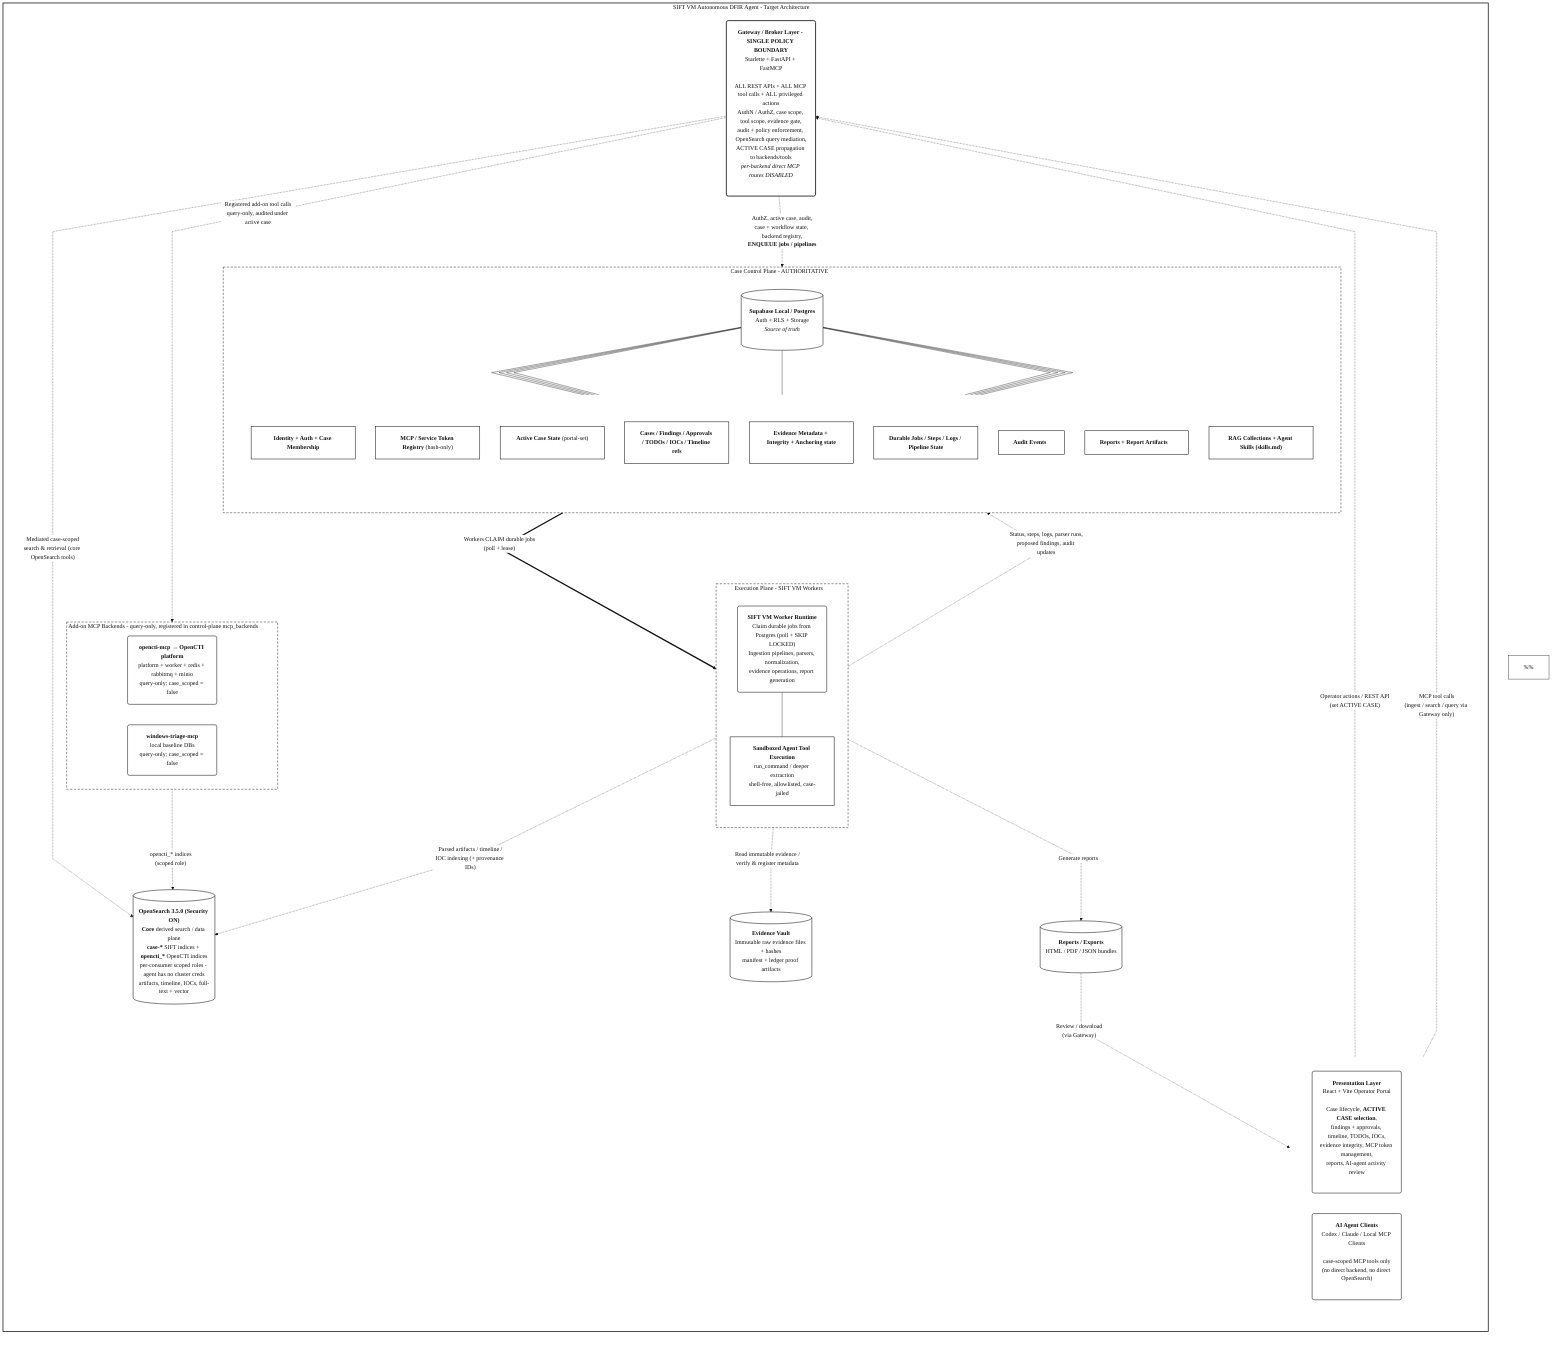
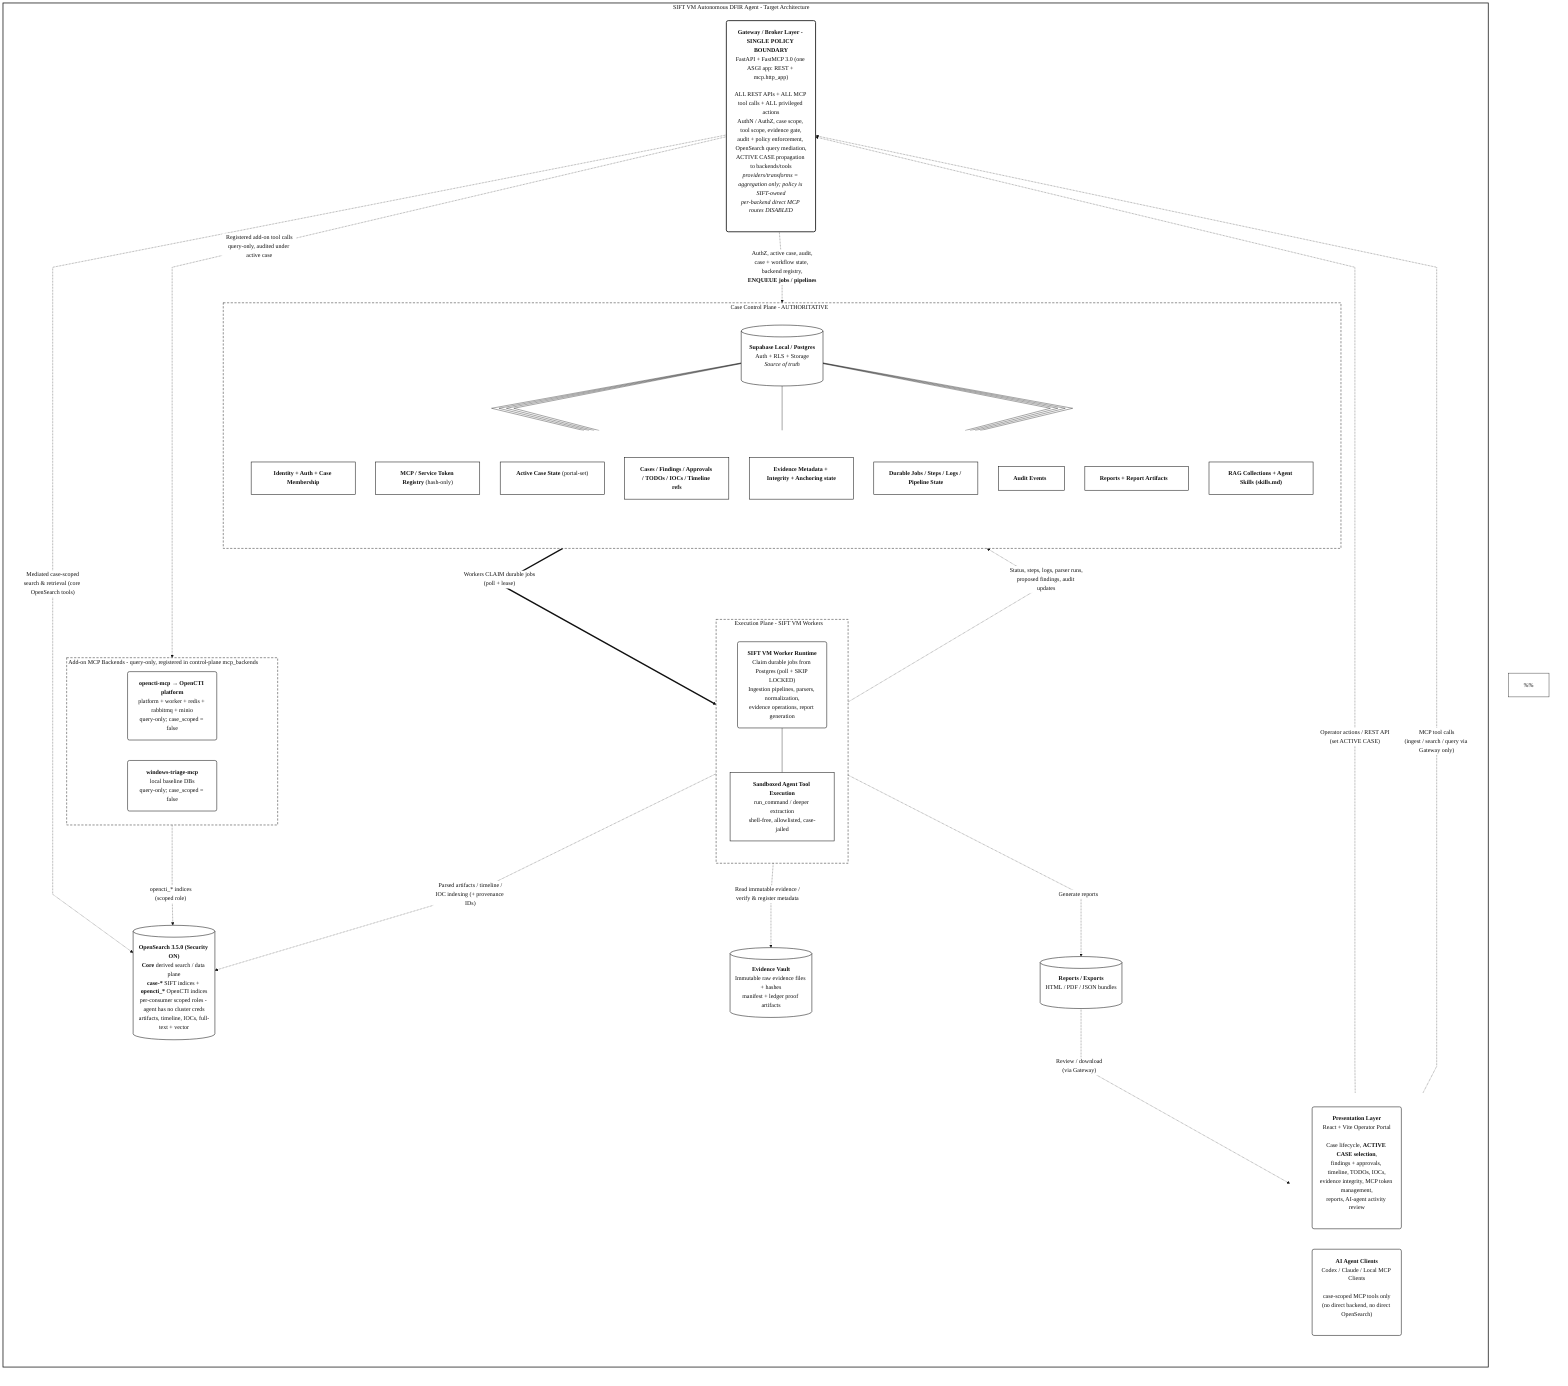
%%{init: {
  "theme": "base",
  "themeVariables": {
    "fontFamily": "Arial, Helvetica, sans-serif",
    "primaryColor": "#ffffff",
    "primaryTextColor": "#111111",
    "primaryBorderColor": "#111111",
    "lineColor": "#111111",
    "clusterBkg": "#ffffff",
    "clusterBorder": "#111111",
    "edgeLabelBackground": "#ffffff"
  },
  "flowchart": {
    "curve": "linear",
    "htmlLabels": true,
    "nodeSpacing": 55,
    "rankSpacing": 70,
    "padding": 20
  }
}}%%

flowchart TB

  %% =========================================================
  %% SIFT VM Autonomous DFIR Agent - TARGET migration architecture.
  %%
  %% Canonical decisions reflected in this diagram (see
  %% 00_migration_charter.md "Confirmed Decisions (Locked)"):
  %%  - The Gateway is the SINGLE policy boundary. ALL REST APIs,
  %%    ALL MCP tool calls, and ALL privileged actions go through it.
  %%    Per-backend direct MCP routes (/mcp/{name}) are DISABLED.
  %%  - Supabase/Postgres is the authoritative control plane.
  %%  - There is NEVER a direct job/invoke to the Evidence Vault.
  %%    Tool calls (ingest/search/etc.) enter the Gateway, which
  %%    enqueues durable jobs/pipelines in the control plane; workers
  %%    CLAIM (poll + SKIP LOCKED) those jobs and run the pipelines.
  %%  - ACTIVE CASE is selected by the operator in the portal only,
  %%    is authoritative in the control plane, and the Gateway
  %%    propagates it to every backend/API/tool call.
  %%  - OpenSearch 3.5.0 with security ENABLED is the derived
  %%    search/data plane. It is never authoritative.
  %%  - AI agents reach tools ONLY through Gateway MCP tools and run
  %%    deeper analysis in a sandboxed, allowlisted execution plane.
  %% Note: Mermaid auto-layout is not pixel-perfect.
  %% =========================================================

  subgraph SYSTEM["SIFT VM Autonomous DFIR Agent - Target Architecture"]
    direction TB

    %% -------------------------
    %% Clients
    %% -------------------------
    subgraph CLIENTS[" "]
      direction LR

      Portal("<b>Presentation Layer</b><br/>React + Vite Operator Portal<br/><br/>Case lifecycle, <b>ACTIVE CASE selection</b>,<br/>findings + approvals, timeline, TODOs, IOCs,<br/>evidence integrity, MCP token management,<br/>reports, AI-agent activity review")

      Agents("<b>AI Agent Clients</b><br/>Codex / Claude / Local MCP Clients<br/><br/>case-scoped MCP tools only<br/>(no direct backend, no direct OpenSearch)")
    end

    %% -------------------------
    %% Gateway - single policy boundary
    %% -------------------------
-     Gateway("<b>Gateway / Broker Layer - SINGLE POLICY BOUNDARY</b><br/>Starlette + FastAPI + FastMCP<br/><br/>ALL REST APIs + ALL MCP tool calls + ALL privileged actions<br/>AuthN / AuthZ, case scope, tool scope, evidence gate,<br/>audit + policy enforcement, OpenSearch query mediation,<br/>ACTIVE CASE propagation to backends/tools<br/><i>per-backend direct MCP routes DISABLED</i>")
+     Gateway("<b>Gateway / Broker Layer - SINGLE POLICY BOUNDARY</b><br/>FastAPI + FastMCP 3.0 (one ASGI app: REST + mcp.http_app)<br/><br/>ALL REST APIs + ALL MCP tool calls + ALL privileged actions<br/>AuthN / AuthZ, case scope, tool scope, evidence gate,<br/>audit + policy enforcement, OpenSearch query mediation,<br/>ACTIVE CASE propagation to backends/tools<br/><i>providers/transforms = aggregation only; policy is SIFT-owned</i><br/><i>per-backend direct MCP routes DISABLED</i>")

    %% -------------------------
    %% Control plane (authoritative)
    %% -------------------------
    subgraph CONTROL["Case Control Plane - AUTHORITATIVE"]
      direction TB

      Supabase[("<b>Supabase Local / Postgres</b><br/>Auth + RLS + Storage<br/><i>Source of truth</i>")]

      subgraph CP_BOXES[" "]
        direction TB
        B1["<b>Identity + Auth + Case Membership</b>"]
        B2["<b>MCP / Service Token Registry</b> (hash-only)"]
        B3["<b>Active Case State</b> (portal-set)"]
        B4["<b>Cases / Findings / Approvals / TODOs / IOCs / Timeline refs</b>"]
        B5["<b>Evidence Metadata + Integrity + Anchoring state</b>"]
        B6["<b>Durable Jobs / Steps / Logs / Pipeline State</b>"]
        B7["<b>Audit Events</b>"]
        B8["<b>Reports + Report Artifacts</b>"]
        B9["<b>RAG Collections + Agent Skills (skills.md)</b>"]
      end

      Supabase --- B1
      Supabase --- B2
      Supabase --- B3
      Supabase --- B4
      Supabase --- B5
      Supabase --- B6
      Supabase --- B7
      Supabase --- B8
      Supabase --- B9
    end

    %% -------------------------
    %% Data plane + Evidence vault
    %% -------------------------
    OpenSearch[("<b>OpenSearch 3.5.0 (Security ON)</b><br/><b>Core</b> derived search / data plane<br/><b>case-*</b> SIFT indices + <b>opencti_*</b> OpenCTI indices<br/>per-consumer scoped roles - agent has no cluster creds<br/>artifacts, timeline, IOCs, full-text + vector")]

    Evidence[("<b>Evidence Vault</b><br/>Immutable raw evidence files + hashes<br/>manifest + ledger proof artifacts")]

    %% -------------------------
    %% Execution plane
    %% -------------------------
    subgraph EXECUTION["Execution Plane - SIFT VM Workers"]
      direction TB

      Worker("<b>SIFT VM Worker Runtime</b><br/>Claim durable jobs from Postgres (poll + SKIP LOCKED)<br/>Ingestion pipelines, parsers, normalization,<br/>evidence operations, report generation")

      Sandbox["<b>Sandboxed Agent Tool Execution</b><br/>run_command / deeper extraction<br/>shell-free, allowlisted, case-jailed"]

      Worker --- Sandbox
    end

    Reports[("<b>Reports / Exports</b><br/>HTML / PDF / JSON bundles")]

    %% -------------------------
    %% Add-on MCP backends (registered in control-plane mcp_backends;
    %% reached ONLY through the Gateway aggregate policy path)
    %% -------------------------
    subgraph ADDONS["Add-on MCP Backends - query-only, registered in control-plane mcp_backends"]
      direction LR
      OpenCTI("<b>opencti-mcp</b> &rarr; <b>OpenCTI platform</b><br/>platform + worker + redis + rabbitmq + minio<br/>query-only; case_scoped = false")
      WinTriage("<b>windows-triage-mcp</b><br/>local baseline DBs<br/>query-only; case_scoped = false")
    end

    %% Note: OpenSearch and RAG are CORE, not add-ons (D19/D23).
    %% RAG retrieval is a core control-plane tool over Supabase pgvector.

    %% -------------------------
    %% Flows
    %% -------------------------
    Portal -. "Operator actions / REST API<br/>(set ACTIVE CASE)" .-> Gateway
    Agents -. "MCP tool calls<br/>(ingest / search / query via Gateway only)" .-> Gateway

    Gateway -. "AuthZ, active case, audit,<br/>case + workflow state, backend registry,<br/><b>ENQUEUE jobs / pipelines</b>" .-> Supabase
    Gateway -. "Mediated case-scoped<br/>search & retrieval (core OpenSearch tools)" .-> OpenSearch
    Gateway -. "Registered add-on tool calls<br/>query-only, audited under active case" .-> ADDONS
    OpenCTI -. "opencti_* indices<br/>(scoped role)" .-> OpenSearch

    Supabase == "Workers CLAIM durable jobs<br/>(poll + lease)" ==> EXECUTION
    EXECUTION -. "Status, steps, logs, parser runs,<br/>proposed findings, audit updates" .-> Supabase

    EXECUTION -. "Parsed artifacts / timeline /<br/>IOC indexing (+ provenance IDs)" .-> OpenSearch
    EXECUTION -. "Read immutable evidence /<br/>verify & register metadata" .-> Evidence
    EXECUTION -. "Generate reports" .-> Reports

    Reports -. "Review / download<br/>(via Gateway)" .-> Portal
  end

  %% =========================================================
  %% Styling
  %% =========================================================
  classDef box fill:#ffffff,stroke:#111111,stroke-width:1.4px,color:#111111;
  classDef db fill:#ffffff,stroke:#111111,stroke-width:1.4px,color:#111111;
  classDef group fill:#ffffff,stroke:#111111,stroke-width:1.2px,stroke-dasharray: 6 4,color:#111111;
  classDef outer fill:#ffffff,stroke:#111111,stroke-width:2px,color:#111111;
  classDef gw fill:#ffffff,stroke:#111111,stroke-width:2.2px,color:#111111;

  class Portal,Agents,B1,B2,B3,B4,B5,B6,B7,B8,B9,Worker,Sandbox,OpenCTI,WinTriage box;
  class Supabase,OpenSearch,Evidence,Reports db;
  class Gateway gw;
  class CONTROL,EXECUTION,ADDONS group;
  class SYSTEM outer;

  style CLIENTS fill:#ffffff,stroke:transparent
  style CP_BOXES fill:#ffffff,stroke:transparent
